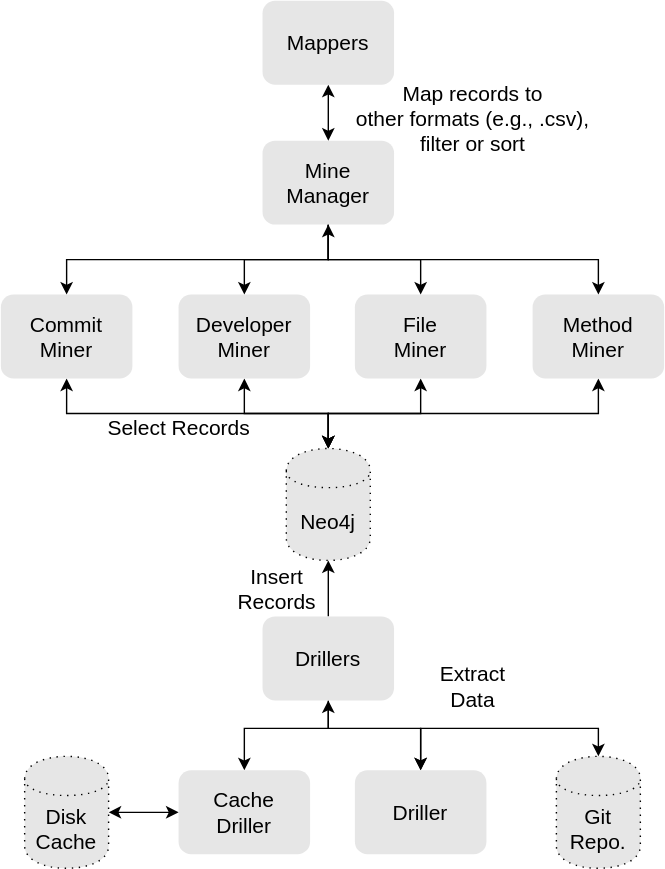
This is docs/source/GraphRepoArch.svg from xserban/GraphRepo, a draw.io export, as it was before one commit. Source tidied: cells renumbered, new cells last; positions are measured from the earlier drawing's top-left corner, leaving out a move shared by most shapes.
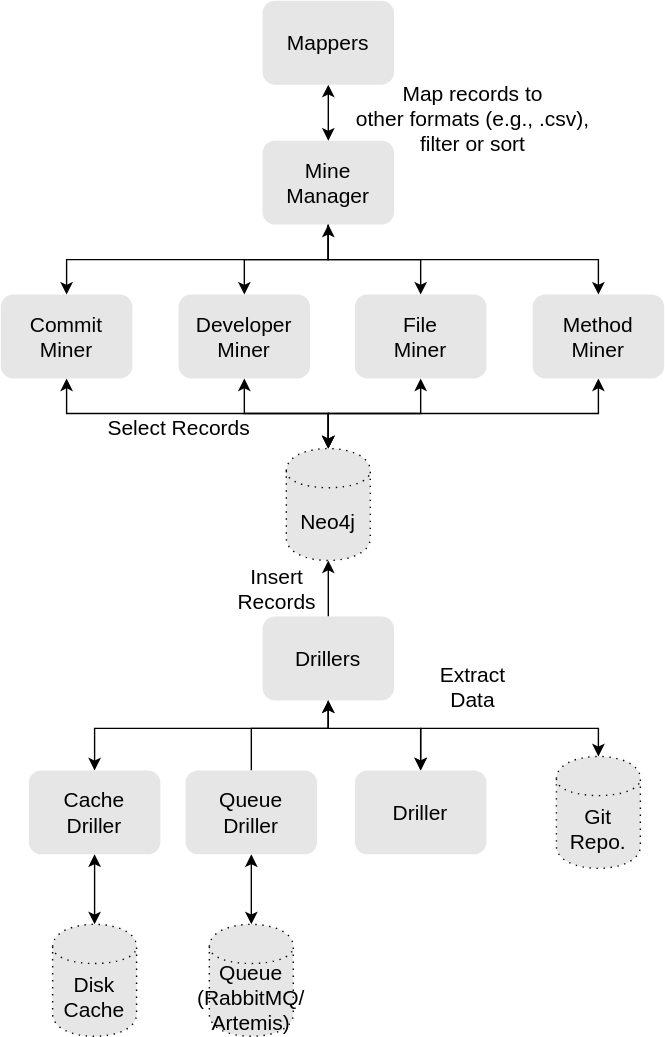
The same diagram one commit later.

Change to the diagram source:
```diff
@@ -32,11 +32,11 @@
     <mxCell id="11" style="edgeStyle=orthogonalEdgeStyle;curved=1;jettySize=auto;html=1;exitX=0.5;exitY=0;exitDx=0;exitDy=0;startArrow=none;startFill=0;endArrow=classic;endFill=1;strokeColor=#000000;strokeWidth=1;fontSize=15;fontColor=#000000;" parent="1" edge="1" source="14" target="10">
       <mxGeometry relative="1" as="geometry" />
     </mxCell>
-    <mxCell id="12" style="edgeStyle=orthogonalEdgeStyle;rounded=0;jettySize=auto;html=1;exitX=0.5;exitY=1;exitDx=0;exitDy=0;" parent="1" edge="1" source="14" target="27">
+    <mxCell id="12" style="edgeStyle=orthogonalEdgeStyle;rounded=0;jettySize=auto;html=1;exitX=0.5;exitY=1;exitDx=0;exitDy=0;entryX=0.5;entryY=0;entryDx=0;entryDy=0;" parent="1" edge="1" source="14" target="27">
       <mxGeometry relative="1" as="geometry">
         <Array as="points">
           <mxPoint x="234" y="520" />
-          <mxPoint x="174" y="520" />
+          <mxPoint x="67" y="520" />
         </Array>
       </mxGeometry>
     </mxCell>
@@ -88,7 +88,7 @@
       <mxGeometry x="307" y="470" width="60" height="40" as="geometry" />
     </mxCell>
     <mxCell id="27" value="Cache&lt;br&gt;Driller" style="rounded=1;whiteSpace=wrap;html=1;strokeColor=none;fillColor=#E6E6E6;fontSize=15;" parent="1" vertex="1">
-      <mxGeometry x="127" y="550" width="94" height="60" as="geometry" />
+      <mxGeometry x="20" y="550" width="94" height="60" as="geometry" />
     </mxCell>
     <mxCell id="28" style="edgeStyle=orthogonalEdgeStyle;rounded=0;jettySize=auto;html=1;exitX=0.5;exitY=0;exitDx=0;exitDy=0;entryX=0.5;entryY=0;entryDx=0;entryDy=0;startArrow=classic;startFill=1;" parent="1" edge="1" source="29" target="25">
       <mxGeometry relative="1" as="geometry">
@@ -101,11 +101,28 @@
     <mxCell id="29" value="Driller" style="rounded=1;whiteSpace=wrap;html=1;strokeColor=none;fillColor=#E6E6E6;fontSize=15;" parent="1" vertex="1">
       <mxGeometry x="253" y="550" width="94" height="60" as="geometry" />
     </mxCell>
-    <mxCell id="30" style="edgeStyle=orthogonalEdgeStyle;rounded=0;jettySize=auto;html=1;exitX=1;exitY=0.5;exitDx=0;exitDy=0;startArrow=classic;startFill=1;" parent="1" edge="1" source="31" target="27">
+    <mxCell id="30" style="edgeStyle=orthogonalEdgeStyle;rounded=0;jettySize=auto;html=1;exitX=0.5;exitY=0;exitDx=0;exitDy=0;startArrow=classic;startFill=1;" parent="1" edge="1" source="31" target="27">
       <mxGeometry relative="1" as="geometry" />
     </mxCell>
     <mxCell id="31" value="Disk&lt;br&gt;Cache" style="shape=cylinder;whiteSpace=wrap;html=1;boundedLbl=1;backgroundOutline=1;rounded=1;fillColor=#E6E6E6;strokeColor=#000000;dashed=1;dashPattern=1 4;fontSize=15;" parent="1" vertex="1">
-      <mxGeometry x="17" y="540" width="60" height="80" as="geometry" />
+      <mxGeometry x="37" y="660" width="60" height="80" as="geometry" />
     </mxCell>
+    <mxCell id="32" style="edgeStyle=orthogonalEdgeStyle;rounded=0;jettySize=auto;html=1;exitX=0.5;exitY=0;exitDx=0;exitDy=0;" parent="1" edge="1" source="34" target="14">
+      <mxGeometry relative="1" as="geometry">
+        <Array as="points">
+          <mxPoint x="179" y="520" />
+          <mxPoint x="234" y="520" />
+        </Array>
+      </mxGeometry>
+    </mxCell>
+    <mxCell id="33" style="edgeStyle=orthogonalEdgeStyle;rounded=0;jettySize=auto;html=1;exitX=0.5;exitY=1;exitDx=0;exitDy=0;startArrow=classic;startFill=1;" parent="1" edge="1" source="34" target="35">
+      <mxGeometry relative="1" as="geometry" />
+    </mxCell>
+    <mxCell id="34" value="Queue&lt;br&gt;Driller" style="rounded=1;whiteSpace=wrap;html=1;strokeColor=none;fillColor=#E6E6E6;fontSize=15;" parent="1" vertex="1">
+      <mxGeometry x="132" y="550" width="94" height="60" as="geometry" />
+    </mxCell>
+    <mxCell id="35" value="Queue&lt;br&gt;(RabbitMQ/&lt;br&gt;Artemis)" style="shape=cylinder;whiteSpace=wrap;html=1;boundedLbl=1;backgroundOutline=1;rounded=1;fillColor=#E6E6E6;strokeColor=#000000;dashed=1;dashPattern=1 4;fontSize=15;" parent="1" vertex="1">
+      <mxGeometry x="149" y="660" width="60" height="80" as="geometry" />
+    </mxCell>
   </root>
 </mxGraphModel>
```
